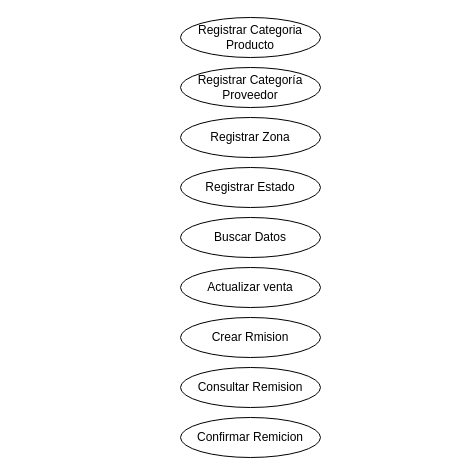
Before: Casos de uso V2.drawio in KAI1718/practicas, a draw.io diagram. Source tidied: cells renumbered, new cells numbered last; positions are measured from the earlier drawing's top-left corner, leaving out a move shared by most shapes. Both pictures are drawn from the tidied source at 100%, with x=0, y=0 at pixel (180, 17).
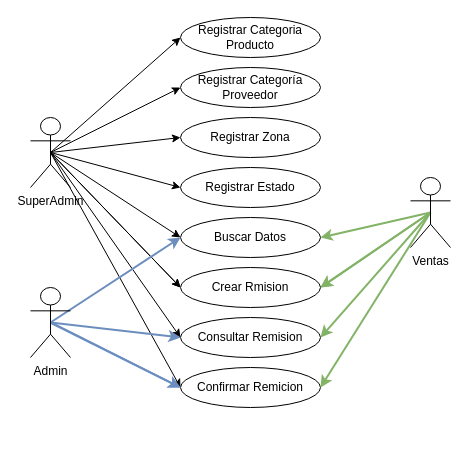
The same diagram, later.

Unchanged cells that the change refers to:
```xml
<mxCell id="2" value="Registrar Categoria Producto" style="ellipse;whiteSpace=wrap;html=1;" parent="1" vertex="1">
  <mxGeometry width="140" height="40" as="geometry" />
</mxCell>
<mxCell id="3" value="Registrar Categoría Proveedor" style="ellipse;whiteSpace=wrap;html=1;" parent="1" vertex="1">
  <mxGeometry y="50" width="140" height="40" as="geometry" />
</mxCell>
<mxCell id="4" value="Registrar Zona" style="ellipse;whiteSpace=wrap;html=1;" parent="1" vertex="1">
  <mxGeometry y="100" width="140" height="40" as="geometry" />
</mxCell>
<mxCell id="5" value="Registrar Estado" style="ellipse;whiteSpace=wrap;html=1;" parent="1" vertex="1">
  <mxGeometry y="150" width="140" height="40" as="geometry" />
</mxCell>
<mxCell id="6" value="Buscar Datos" style="ellipse;whiteSpace=wrap;html=1;" parent="1" vertex="1">
  <mxGeometry y="200" width="140" height="40" as="geometry" />
</mxCell>
```

What changed in the source:
```diff
@@
-    <mxCell id="7" value="Actualizar venta" style="ellipse;whiteSpace=wrap;html=1;" parent="1" vertex="1">
-      <mxGeometry y="250" width="140" height="40" as="geometry" />
-    </mxCell>
     <mxCell id="8" value="Crear Rmision" style="ellipse;whiteSpace=wrap;html=1;" parent="1" vertex="1">
-      <mxGeometry y="300" width="140" height="40" as="geometry" />
+      <mxGeometry y="250" width="140" height="40" as="geometry" />
     </mxCell>
     <mxCell id="9" value="Consultar Remision" style="ellipse;whiteSpace=wrap;html=1;" parent="1" vertex="1">
-      <mxGeometry y="350" width="140" height="40" as="geometry" />
+      <mxGeometry y="300" width="140" height="40" as="geometry" />
     </mxCell>
     <mxCell id="10" value="Confirmar Remicion" style="ellipse;whiteSpace=wrap;html=1;" parent="1" vertex="1">
-      <mxGeometry y="400" width="140" height="40" as="geometry" />
+      <mxGeometry y="350" width="140" height="40" as="geometry" />
     </mxCell>
+    <mxCell id="11" style="rounded=0;jettySize=auto;html=1;exitX=0.5;exitY=0.5;exitDx=0;exitDy=0;exitPerimeter=0;entryX=0;entryY=0.5;entryDx=0;entryDy=0;" parent="1" edge="1" source="20" target="2">
+      <mxGeometry relative="1" as="geometry" />
+    </mxCell>
+    <mxCell id="12" style="rounded=0;jettySize=auto;html=1;exitX=0.5;exitY=0.5;exitDx=0;exitDy=0;exitPerimeter=0;entryX=0;entryY=0.5;entryDx=0;entryDy=0;" parent="1" edge="1" source="20" target="3">
+      <mxGeometry relative="1" as="geometry" />
+    </mxCell>
+    <mxCell id="13" style="rounded=0;jettySize=auto;html=1;exitX=0.5;exitY=0.5;exitDx=0;exitDy=0;exitPerimeter=0;entryX=0;entryY=0.5;entryDx=0;entryDy=0;" parent="1" edge="1" source="20" target="4">
+      <mxGeometry relative="1" as="geometry" />
+    </mxCell>
+    <mxCell id="14" style="rounded=0;jettySize=auto;html=1;exitX=0.5;exitY=0.5;exitDx=0;exitDy=0;exitPerimeter=0;entryX=0;entryY=0.5;entryDx=0;entryDy=0;" parent="1" edge="1" source="20" target="5">
+      <mxGeometry relative="1" as="geometry" />
+    </mxCell>
+    <mxCell id="15" style="rounded=0;jettySize=auto;html=1;exitX=0.5;exitY=0.5;exitDx=0;exitDy=0;exitPerimeter=0;entryX=0;entryY=0.5;entryDx=0;entryDy=0;" parent="1" edge="1" source="20" target="6">
+      <mxGeometry relative="1" as="geometry" />
+    </mxCell>
+    <mxCell id="16" style="rounded=0;jettySize=auto;html=1;exitX=0.5;exitY=0.5;exitDx=0;exitDy=0;exitPerimeter=0;entryX=0;entryY=0.5;entryDx=0;entryDy=0;" parent="1" edge="1" source="20">
+      <mxGeometry relative="1" as="geometry">
+        <mxPoint y="270" as="targetPoint" />
+      </mxGeometry>
+    </mxCell>
+    <mxCell id="17" style="rounded=0;jettySize=auto;html=1;exitX=0.5;exitY=0.5;exitDx=0;exitDy=0;exitPerimeter=0;entryX=0;entryY=0.5;entryDx=0;entryDy=0;" parent="1" edge="1" source="20" target="8">
+      <mxGeometry relative="1" as="geometry" />
+    </mxCell>
+    <mxCell id="18" style="rounded=0;jettySize=auto;html=1;exitX=0.5;exitY=0.5;exitDx=0;exitDy=0;exitPerimeter=0;entryX=0;entryY=0.5;entryDx=0;entryDy=0;" parent="1" edge="1" source="20" target="9">
+      <mxGeometry relative="1" as="geometry" />
+    </mxCell>
+    <mxCell id="19" style="rounded=0;jettySize=auto;html=1;exitX=0.5;exitY=0.5;exitDx=0;exitDy=0;exitPerimeter=0;entryX=0;entryY=0.5;entryDx=0;entryDy=0;" parent="1" edge="1" source="20" target="10">
+      <mxGeometry relative="1" as="geometry" />
+    </mxCell>
+    <mxCell id="20" value="SuperAdmin" style="shape=umlActor;verticalLabelPosition=bottom;verticalAlign=top;html=1;outlineConnect=0;" parent="1" vertex="1">
+      <mxGeometry x="-150" y="100" width="40" height="70" as="geometry" />
+    </mxCell>
+    <mxCell id="21" style="rounded=0;jettySize=auto;html=1;exitX=0.5;exitY=0.5;exitDx=0;exitDy=0;exitPerimeter=0;entryX=0;entryY=0.5;entryDx=0;entryDy=0;fillColor=#dae8fc;strokeColor=#6c8ebf;strokeWidth=2;" parent="1" edge="1" source="25" target="10">
+      <mxGeometry relative="1" as="geometry" />
+    </mxCell>
+    <mxCell id="22" style="rounded=0;jettySize=auto;html=1;exitX=0.5;exitY=0.5;exitDx=0;exitDy=0;exitPerimeter=0;fillColor=#dae8fc;strokeColor=#6c8ebf;strokeWidth=2;" parent="1" edge="1" source="25">
+      <mxGeometry relative="1" as="geometry">
+        <mxPoint y="370" as="targetPoint" />
+      </mxGeometry>
+    </mxCell>
+    <mxCell id="23" style="rounded=0;jettySize=auto;html=1;exitX=0.5;exitY=0.5;exitDx=0;exitDy=0;exitPerimeter=0;fillColor=#dae8fc;strokeColor=#6c8ebf;strokeWidth=2;" parent="1" edge="1" source="25">
+      <mxGeometry relative="1" as="geometry">
+        <mxPoint y="320" as="targetPoint" />
+      </mxGeometry>
+    </mxCell>
+    <mxCell id="24" style="rounded=0;jettySize=auto;html=1;exitX=0.5;exitY=0.5;exitDx=0;exitDy=0;exitPerimeter=0;entryX=0;entryY=0.5;entryDx=0;entryDy=0;fillColor=#dae8fc;strokeColor=#6c8ebf;strokeWidth=2;" parent="1" edge="1" source="25" target="6">
+      <mxGeometry relative="1" as="geometry" />
+    </mxCell>
+    <mxCell id="25" value="Admin" style="shape=umlActor;verticalLabelPosition=bottom;verticalAlign=top;html=1;outlineConnect=0;" parent="1" vertex="1">
+      <mxGeometry x="-150" y="270" width="40" height="70" as="geometry" />
+    </mxCell>
+    <mxCell id="26" style="rounded=0;jettySize=auto;html=1;exitX=0.5;exitY=0.5;exitDx=0;exitDy=0;exitPerimeter=0;entryX=1;entryY=0.5;entryDx=0;entryDy=0;fillColor=#d5e8d4;strokeColor=#82b366;strokeWidth=2;" parent="1" edge="1" source="31" target="10">
+      <mxGeometry relative="1" as="geometry" />
+    </mxCell>
+    <mxCell id="27" style="rounded=0;jettySize=auto;html=1;exitX=0.5;exitY=0.5;exitDx=0;exitDy=0;exitPerimeter=0;entryX=1;entryY=0.5;entryDx=0;entryDy=0;fillColor=#d5e8d4;strokeColor=#82b366;strokeWidth=2;" parent="1" edge="1" source="31" target="9">
+      <mxGeometry relative="1" as="geometry" />
+    </mxCell>
+    <mxCell id="28" style="rounded=0;jettySize=auto;html=1;exitX=0.5;exitY=0.5;exitDx=0;exitDy=0;exitPerimeter=0;entryX=1;entryY=0.5;entryDx=0;entryDy=0;fillColor=#d5e8d4;strokeColor=#82b366;strokeWidth=2;" parent="1" edge="1" source="31" target="8">
+      <mxGeometry relative="1" as="geometry" />
+    </mxCell>
+    <mxCell id="29" style="rounded=0;jettySize=auto;html=1;exitX=0.5;exitY=0.5;exitDx=0;exitDy=0;exitPerimeter=0;entryX=1;entryY=0.5;entryDx=0;entryDy=0;fillColor=#d5e8d4;strokeColor=#82b366;strokeWidth=2;" parent="1" edge="1" source="31">
+      <mxGeometry relative="1" as="geometry">
+        <mxPoint x="140" y="270" as="targetPoint" />
+      </mxGeometry>
+    </mxCell>
+    <mxCell id="30" style="rounded=0;jettySize=auto;html=1;exitX=0.5;exitY=0.5;exitDx=0;exitDy=0;exitPerimeter=0;entryX=1;entryY=0.5;entryDx=0;entryDy=0;fillColor=#d5e8d4;strokeColor=#82b366;strokeWidth=2;" parent="1" edge="1" source="31" target="6">
+      <mxGeometry relative="1" as="geometry" />
+    </mxCell>
+    <mxCell id="31" value="Ventas" style="shape=umlActor;verticalLabelPosition=bottom;verticalAlign=top;html=1;outlineConnect=0;" parent="1" vertex="1">
+      <mxGeometry x="230" y="160" width="40" height="70" as="geometry" />
+    </mxCell>
```
